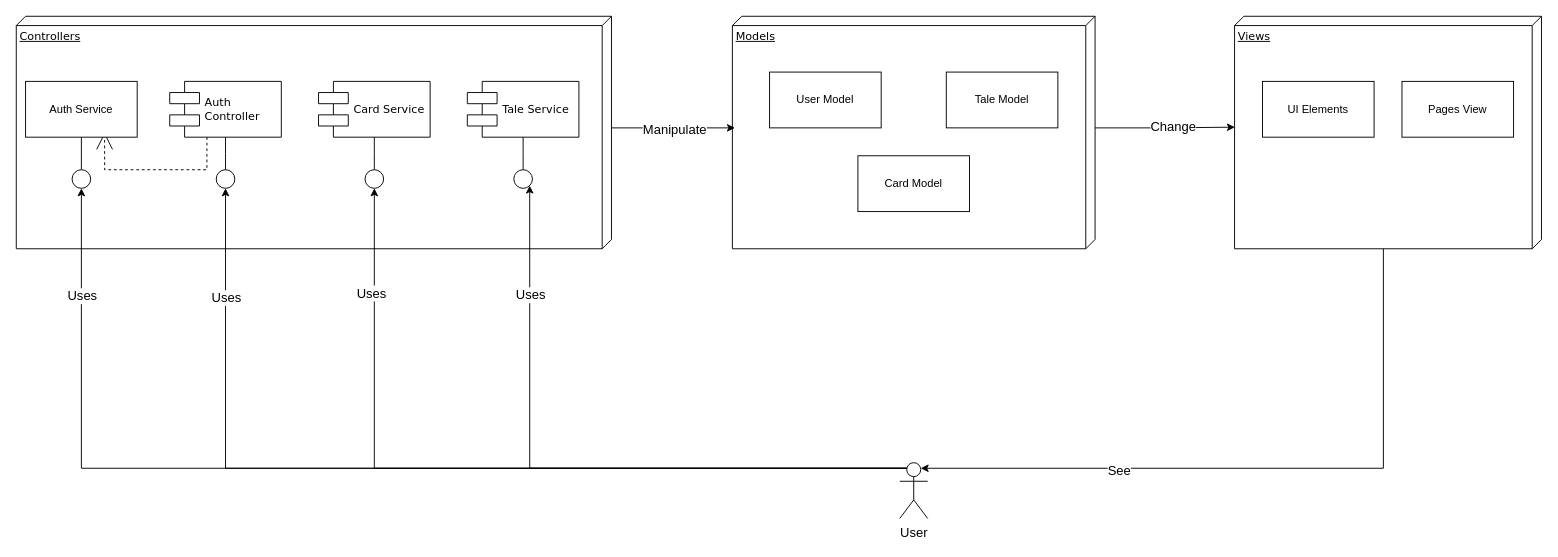
This is diagrams/ComponentDiagram.drawio from SadraMoghadam/TripTales, a draw.io file, before an edit. Source tidied: cells renumbered, new cells numbered last; positions are measured from the earlier drawing's top-left corner, leaving out a move shared by most shapes. Both pictures are drawn from the tidied source at 93%, with x=0, y=0 at pixel (16, 16).
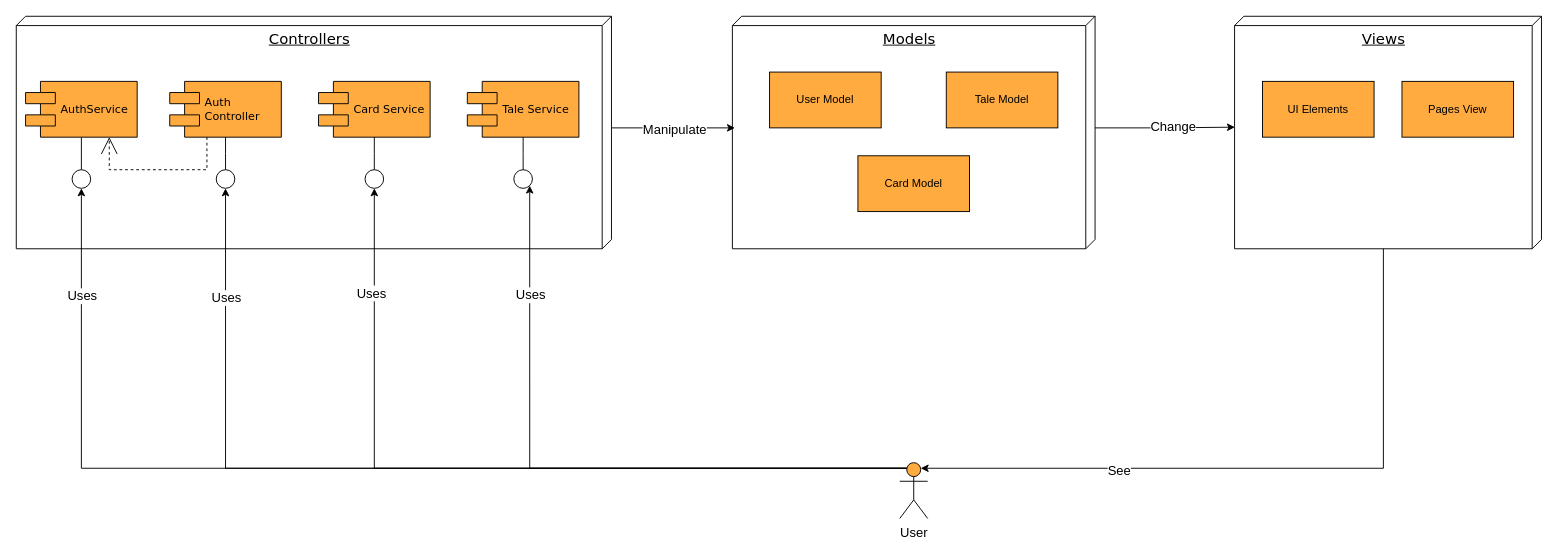
The same diagram, later.

Unchanged cells that the change refers to:
```xml
<mxCell id="22" style="ellipse;whiteSpace=wrap;html=1;rounded=0;shadow=0;comic=0;labelBackgroundColor=none;strokeWidth=1;fontFamily=Verdana;fontSize=12;align=center;" parent="1" vertex="1">
  <mxGeometry x="60" y="165" width="20" height="20" as="geometry" />
</mxCell>
```

What changed in the source:
```diff
@@
-    <mxCell id="2" value="Controllers" style="verticalAlign=top;align=left;spacingTop=8;spacingLeft=2;spacingRight=12;shape=cube;size=10;direction=south;fontStyle=4;html=1;rounded=0;shadow=0;comic=0;labelBackgroundColor=none;strokeWidth=1;fontFamily=Verdana;fontSize=12;" parent="1" vertex="1">
+    <mxCell id="2" value="&lt;font style=&quot;font-size: 16px;&quot;&gt;Controllers&lt;/font&gt;" style="verticalAlign=top;align=center;spacingTop=8;spacingLeft=2;spacingRight=12;shape=cube;size=10;direction=south;fontStyle=4;html=1;rounded=0;shadow=0;comic=0;labelBackgroundColor=none;strokeWidth=1;fontFamily=Verdana;fontSize=12;" parent="1" vertex="1">
       <mxGeometry width="640" height="250" as="geometry" />
     </mxCell>
-    <mxCell id="3" value="Views" style="verticalAlign=top;align=left;spacingTop=8;spacingLeft=2;spacingRight=12;shape=cube;size=10;direction=south;fontStyle=4;html=1;rounded=0;shadow=0;comic=0;labelBackgroundColor=none;strokeWidth=1;fontFamily=Verdana;fontSize=12;" parent="1" vertex="1">
+    <mxCell id="3" value="&lt;font style=&quot;font-size: 16px;&quot;&gt;Views&lt;/font&gt;" style="verticalAlign=top;align=center;spacingTop=8;spacingLeft=2;spacingRight=12;shape=cube;size=10;direction=south;fontStyle=4;html=1;rounded=0;shadow=0;comic=0;labelBackgroundColor=none;strokeWidth=1;fontFamily=Verdana;fontSize=12;" parent="1" vertex="1">
       <mxGeometry x="1310" width="330" height="250" as="geometry" />
     </mxCell>
-    <mxCell id="4" value="Models" style="verticalAlign=top;align=left;spacingTop=8;spacingLeft=2;spacingRight=12;shape=cube;size=10;direction=south;fontStyle=4;html=1;rounded=0;shadow=0;comic=0;labelBackgroundColor=none;strokeWidth=1;fontFamily=Verdana;fontSize=12;" parent="1" vertex="1">
+    <mxCell id="4" value="&lt;font style=&quot;font-size: 16px;&quot;&gt;Models&lt;/font&gt;" style="verticalAlign=top;align=center;spacingTop=8;spacingLeft=2;spacingRight=12;shape=cube;size=10;direction=south;fontStyle=4;html=1;rounded=0;shadow=0;comic=0;labelBackgroundColor=none;strokeWidth=1;fontFamily=Verdana;fontSize=12;" parent="1" vertex="1">
       <mxGeometry x="770" width="390" height="250" as="geometry" />
     </mxCell>
-    <mxCell id="5" style="edgeStyle=orthogonalEdgeStyle;rounded=0;jettySize=auto;html=1;entryX=0.5;entryY=0;entryDx=0;entryDy=0;endArrow=none;endFill=0;exitX=0.5;exitY=1;exitDx=0;exitDy=0;" parent="1" edge="1" source="23" target="22">
+    <mxCell id="5" style="edgeStyle=orthogonalEdgeStyle;rounded=0;jettySize=auto;html=1;entryX=0.5;entryY=0;entryDx=0;entryDy=0;endArrow=none;endFill=0;exitX=0.5;exitY=1;exitDx=0;exitDy=0;" parent="1" edge="1" source="38" target="22">
       <mxGeometry relative="1" as="geometry" />
     </mxCell>
-    <mxCell id="6" value="Auth&lt;br&gt;Controller" style="shape=component;align=left;spacingLeft=36;rounded=0;shadow=0;comic=0;labelBackgroundColor=none;strokeWidth=1;fontFamily=Verdana;fontSize=12;html=1;" parent="1" vertex="1">
+    <mxCell id="6" value="Auth&lt;br&gt;Controller" style="shape=component;align=left;spacingLeft=36;rounded=0;shadow=0;comic=0;labelBackgroundColor=none;strokeWidth=1;fontFamily=Verdana;fontSize=12;html=1;fillColor=#ffab40;" parent="1" vertex="1">
       <mxGeometry x="165" y="70" width="120" height="60" as="geometry" />
     </mxCell>
@@
-    <mxCell id="9" style="edgeStyle=orthogonalEdgeStyle;rounded=0;html=1;labelBackgroundColor=none;startArrow=none;startFill=0;startSize=8;endArrow=open;endFill=0;endSize=16;fontFamily=Verdana;fontSize=12;dashed=1;" parent="1" edge="1" source="6">
+    <mxCell id="9" style="edgeStyle=orthogonalEdgeStyle;rounded=0;html=1;labelBackgroundColor=none;startArrow=none;startFill=0;startSize=8;endArrow=open;endFill=0;endSize=16;fontFamily=Verdana;fontSize=12;dashed=1;entryX=0.75;entryY=1;entryDx=0;entryDy=0;" parent="1" edge="1" source="6" target="38">
       <mxGeometry relative="1" as="geometry">
-        <mxPoint x="95" y="125" as="targetPoint" />
         <Array as="points">
           <mxPoint x="205" y="165" />
-          <mxPoint x="95" y="165" />
+          <mxPoint x="100" y="165" />
         </Array>
       </mxGeometry>
     </mxCell>
-    <mxCell id="10" value="User Model" style="rounded=0;whiteSpace=wrap;html=1;" parent="1" vertex="1">
+    <mxCell id="10" value="User Model" style="rounded=0;whiteSpace=wrap;html=1;fillColor=#ffab40;" parent="1" vertex="1">
       <mxGeometry x="810" y="60" width="120" height="60" as="geometry" />
     </mxCell>
-    <mxCell id="11" value="Tale Model" style="rounded=0;whiteSpace=wrap;html=1;" parent="1" vertex="1">
+    <mxCell id="11" value="Tale Model" style="rounded=0;whiteSpace=wrap;html=1;fillColor=#ffab40;" parent="1" vertex="1">
       <mxGeometry x="1000" y="60" width="120" height="60" as="geometry" />
     </mxCell>
-    <mxCell id="12" value="Card Model" style="rounded=0;whiteSpace=wrap;html=1;" parent="1" vertex="1">
+    <mxCell id="12" value="Card Model" style="rounded=0;whiteSpace=wrap;html=1;fillColor=#ffab40;" parent="1" vertex="1">
       <mxGeometry x="905" y="150" width="120" height="60" as="geometry" />
     </mxCell>
@@
-    <mxCell id="21" value="&lt;font style=&quot;font-size: 14px;&quot;&gt;User&lt;/font&gt;" style="shape=umlActor;verticalLabelPosition=bottom;verticalAlign=top;html=1;outlineConnect=0;" parent="1" vertex="1">
+    <mxCell id="21" value="&lt;font style=&quot;font-size: 14px;&quot;&gt;User&lt;/font&gt;" style="shape=umlActor;verticalLabelPosition=bottom;verticalAlign=top;html=1;outlineConnect=0;fillColor=#ffab40;" parent="1" vertex="1">
       <mxGeometry x="950" y="480" width="30" height="60" as="geometry" />
     </mxCell>
@@
-    <mxCell id="23" value="Auth Service" style="rounded=0;whiteSpace=wrap;html=1;" parent="1" vertex="1">
-      <mxGeometry x="10" y="70" width="120" height="60" as="geometry" />
-    </mxCell>
-    <mxCell id="24" value="Card Service" style="shape=component;align=left;spacingLeft=36;rounded=0;shadow=0;comic=0;labelBackgroundColor=none;strokeWidth=1;fontFamily=Verdana;fontSize=12;html=1;" parent="1" vertex="1">
+    <mxCell id="24" value="Card Service" style="shape=component;align=left;spacingLeft=36;rounded=0;shadow=0;comic=0;labelBackgroundColor=none;strokeWidth=1;fontFamily=Verdana;fontSize=12;html=1;fillColor=#ffab40;" parent="1" vertex="1">
       <mxGeometry x="325" y="70" width="120" height="60" as="geometry" />
     </mxCell>
@@
-    <mxCell id="27" value="Tale Service" style="shape=component;align=left;spacingLeft=36;rounded=0;shadow=0;comic=0;labelBackgroundColor=none;strokeWidth=1;fontFamily=Verdana;fontSize=12;html=1;" parent="1" vertex="1">
+    <mxCell id="27" value="Tale Service" style="shape=component;align=left;spacingLeft=36;rounded=0;shadow=0;comic=0;labelBackgroundColor=none;strokeWidth=1;fontFamily=Verdana;fontSize=12;html=1;fillColor=#ffab40;" parent="1" vertex="1">
       <mxGeometry x="485" y="70" width="120" height="60" as="geometry" />
     </mxCell>
@@
-    <mxCell id="30" value="UI Elements" style="rounded=0;whiteSpace=wrap;html=1;" parent="1" vertex="1">
+    <mxCell id="30" value="UI Elements" style="rounded=0;whiteSpace=wrap;html=1;fillColor=#ffab40;" parent="1" vertex="1">
       <mxGeometry x="1340" y="70" width="120" height="60" as="geometry" />
     </mxCell>
-    <mxCell id="31" value="Pages View" style="rounded=0;whiteSpace=wrap;html=1;" parent="1" vertex="1">
+    <mxCell id="31" value="Pages View" style="rounded=0;whiteSpace=wrap;html=1;fillColor=#ffab40;" parent="1" vertex="1">
       <mxGeometry x="1490" y="70" width="120" height="60" as="geometry" />
     </mxCell>
@@
+    <mxCell id="38" value="AuthService" style="shape=component;align=left;spacingLeft=36;rounded=0;shadow=0;comic=0;labelBackgroundColor=none;strokeWidth=1;fontFamily=Verdana;fontSize=12;html=1;fillColor=#ffab40;" parent="1" vertex="1">
+      <mxGeometry x="10" y="70" width="120" height="60" as="geometry" />
+    </mxCell>
```
